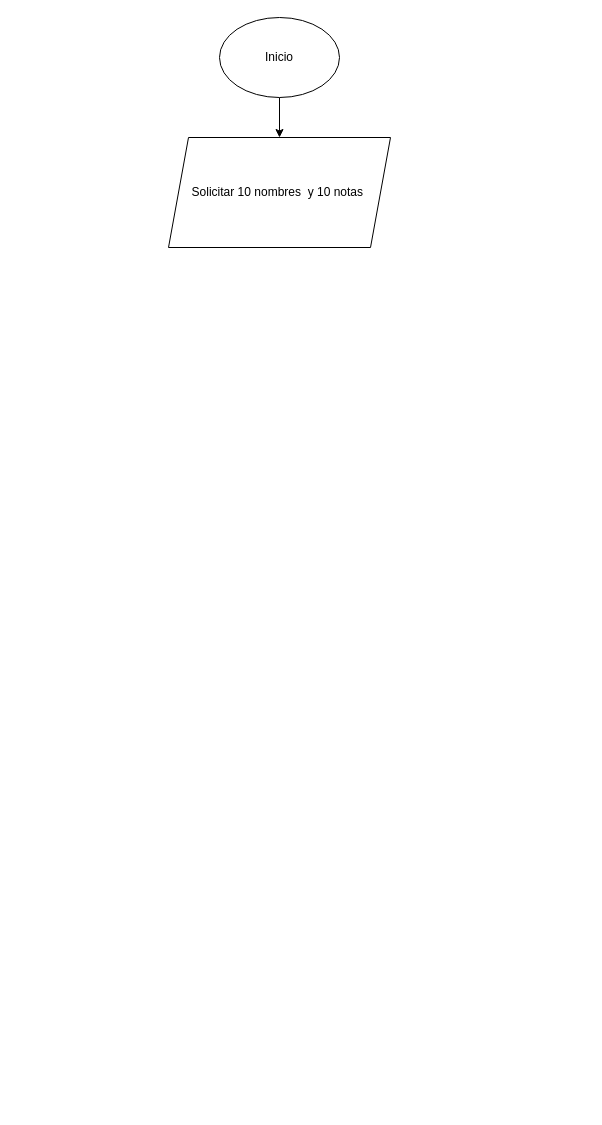
The draw.io diagram SEMANA17/semana17.drawio in ACHUNP1/PC-08, before the edit. Source tidied: cells renumbered, new cells numbered last; positions are measured from the earlier drawing's top-left corner, leaving out a move shared by most shapes. Both pictures are drawn from the tidied source at 100%, with x=0, y=0 at pixel (168, 17).
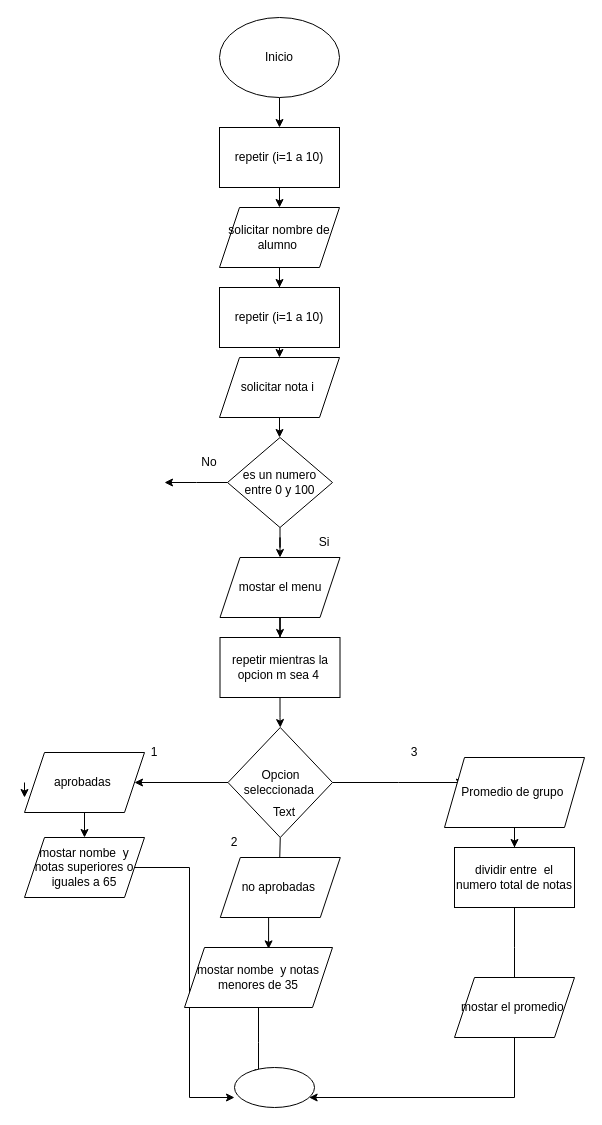
The same diagram, later.

Unchanged cells that the change refers to:
```xml
<mxCell id="3" value="Inicio" style="ellipse;whiteSpace=wrap;html=1;" parent="1" vertex="1">
  <mxGeometry x="51" width="120" height="80" as="geometry" />
</mxCell>
```

Change to the diagram source:
```diff
@@
-    <mxCell id="2" style="edgeStyle=orthogonalEdgeStyle;rounded=0;jettySize=auto;html=1;exitX=0.5;exitY=1;exitDx=0;exitDy=0;" parent="1" edge="1" source="3" target="4">
-      <mxGeometry relative="1" as="geometry" />
-    </mxCell>
+    <mxCell id="5" style="edgeStyle=orthogonalEdgeStyle;rounded=0;jettySize=auto;html=1;" parent="1" edge="1" source="3" target="7">
+      <mxGeometry relative="1" as="geometry" />
+    </mxCell>
@@
-    <mxCell id="4" value="Solicitar 10 nombres&amp;nbsp; y 10 notas&amp;nbsp;" style="shape=parallelogram;perimeter=parallelogramPerimeter;whiteSpace=wrap;html=1;fixedSize=1;" parent="1" vertex="1">
-      <mxGeometry y="120" width="222" height="110" as="geometry" />
-    </mxCell>
+    <mxCell id="6" style="edgeStyle=orthogonalEdgeStyle;rounded=0;jettySize=auto;html=1;exitX=0.5;exitY=1;exitDx=0;exitDy=0;entryX=0.5;entryY=0;entryDx=0;entryDy=0;" parent="1" edge="1" source="7" target="9">
+      <mxGeometry relative="1" as="geometry" />
+    </mxCell>
+    <mxCell id="7" value="repetir (i=1 a 10)" style="whiteSpace=wrap;html=1;" parent="1" vertex="1">
+      <mxGeometry x="51" y="110" width="120" height="60" as="geometry" />
+    </mxCell>
+    <mxCell id="8" style="edgeStyle=orthogonalEdgeStyle;rounded=0;jettySize=auto;html=1;" parent="1" edge="1" source="9" target="11">
+      <mxGeometry relative="1" as="geometry" />
+    </mxCell>
+    <mxCell id="9" value="solicitar nombre de alumno&amp;nbsp;" style="shape=parallelogram;perimeter=parallelogramPerimeter;whiteSpace=wrap;html=1;fixedSize=1;" parent="1" vertex="1">
+      <mxGeometry x="51" y="190" width="120" height="60" as="geometry" />
+    </mxCell>
+    <mxCell id="10" style="edgeStyle=orthogonalEdgeStyle;rounded=0;jettySize=auto;html=1;exitX=0.5;exitY=1;exitDx=0;exitDy=0;entryX=0.5;entryY=0;entryDx=0;entryDy=0;" parent="1" edge="1" source="11" target="13">
+      <mxGeometry relative="1" as="geometry" />
+    </mxCell>
+    <mxCell id="11" value="repetir (i=1 a 10)" style="whiteSpace=wrap;html=1;" parent="1" vertex="1">
+      <mxGeometry x="51" y="270" width="120" height="60" as="geometry" />
+    </mxCell>
+    <mxCell id="12" style="edgeStyle=orthogonalEdgeStyle;rounded=0;jettySize=auto;html=1;" parent="1" edge="1" source="13" target="16">
+      <mxGeometry relative="1" as="geometry" />
+    </mxCell>
+    <mxCell id="13" value="solicitar nota i&amp;nbsp;" style="shape=parallelogram;perimeter=parallelogramPerimeter;whiteSpace=wrap;html=1;fixedSize=1;" parent="1" vertex="1">
+      <mxGeometry x="51" y="340" width="120" height="60" as="geometry" />
+    </mxCell>
+    <mxCell id="14" style="edgeStyle=orthogonalEdgeStyle;rounded=0;jettySize=auto;html=1;exitX=0;exitY=0.5;exitDx=0;exitDy=0;" parent="1" edge="1" source="16">
+      <mxGeometry relative="1" as="geometry">
+        <mxPoint x="-4" y="465" as="targetPoint" />
+      </mxGeometry>
+    </mxCell>
+    <mxCell id="15" style="edgeStyle=orthogonalEdgeStyle;rounded=0;jettySize=auto;html=1;exitX=0.5;exitY=1;exitDx=0;exitDy=0;" parent="1" edge="1" source="16" target="20">
+      <mxGeometry relative="1" as="geometry" />
+    </mxCell>
+    <mxCell id="16" value="es un numero entre 0 y 100" style="rhombus;whiteSpace=wrap;html=1;" parent="1" vertex="1">
+      <mxGeometry x="59" y="420" width="105" height="90" as="geometry" />
+    </mxCell>
+    <mxCell id="17" value="Si" style="text;html=1;align=center;verticalAlign=middle;whiteSpace=wrap;rounded=0;" parent="1" vertex="1">
+      <mxGeometry x="126" y="510" width="60" height="30" as="geometry" />
+    </mxCell>
+    <mxCell id="18" value="&lt;blockquote style=&quot;margin: 0 0 0 40px; border: none; padding: 0px;&quot;&gt;No&lt;/blockquote&gt;" style="text;html=1;align=center;verticalAlign=middle;whiteSpace=wrap;rounded=0;" parent="1" vertex="1">
+      <mxGeometry x="-9" y="430" width="60" height="30" as="geometry" />
+    </mxCell>
+    <mxCell id="19" style="edgeStyle=orthogonalEdgeStyle;rounded=0;jettySize=auto;html=1;" parent="1" edge="1" source="20" target="22">
+      <mxGeometry relative="1" as="geometry" />
+    </mxCell>
+    <mxCell id="20" value="mostar el menu" style="shape=parallelogram;perimeter=parallelogramPerimeter;whiteSpace=wrap;html=1;fixedSize=1;" parent="1" vertex="1">
+      <mxGeometry x="51.5" y="540" width="120" height="60" as="geometry" />
+    </mxCell>
+    <mxCell id="21" style="edgeStyle=orthogonalEdgeStyle;rounded=0;jettySize=auto;html=1;" parent="1" edge="1" source="22" target="26">
+      <mxGeometry relative="1" as="geometry" />
+    </mxCell>
+    <mxCell id="22" value="repetir mientras la opcion m sea 4&amp;nbsp;" style="whiteSpace=wrap;html=1;" parent="1" vertex="1">
+      <mxGeometry x="51.5" y="620" width="120" height="60" as="geometry" />
+    </mxCell>
+    <mxCell id="23" style="edgeStyle=orthogonalEdgeStyle;rounded=0;jettySize=auto;html=1;entryX=1;entryY=0.5;entryDx=0;entryDy=0;" parent="1" edge="1" source="26" target="35">
+      <mxGeometry relative="1" as="geometry" />
+    </mxCell>
+    <mxCell id="24" style="edgeStyle=orthogonalEdgeStyle;rounded=0;jettySize=auto;html=1;exitX=1;exitY=0.5;exitDx=0;exitDy=0;" parent="1" edge="1" source="26">
+      <mxGeometry relative="1" as="geometry">
+        <mxPoint x="296" y="765" as="targetPoint" />
+      </mxGeometry>
+    </mxCell>
+    <mxCell id="25" style="edgeStyle=orthogonalEdgeStyle;rounded=0;jettySize=auto;html=1;exitX=0.5;exitY=1;exitDx=0;exitDy=0;" parent="1" edge="1" source="26">
+      <mxGeometry relative="1" as="geometry">
+        <mxPoint x="111" y="850" as="targetPoint" />
+      </mxGeometry>
+    </mxCell>
+    <mxCell id="26" value="Opcion seleccionada&amp;nbsp;" style="rhombus;whiteSpace=wrap;html=1;" parent="1" vertex="1">
+      <mxGeometry x="59.5" y="710" width="104.5" height="110" as="geometry" />
+    </mxCell>
+    <mxCell id="27" value="Text" style="text;html=1;align=center;verticalAlign=middle;whiteSpace=wrap;rounded=0;" parent="1" vertex="1">
+      <mxGeometry x="86" y="780" width="60" height="30" as="geometry" />
+    </mxCell>
+    <mxCell id="28" value="1" style="text;html=1;align=center;verticalAlign=middle;whiteSpace=wrap;rounded=0;" parent="1" vertex="1">
+      <mxGeometry x="-44" y="720" width="60" height="30" as="geometry" />
+    </mxCell>
+    <mxCell id="29" value="2" style="text;html=1;align=center;verticalAlign=middle;whiteSpace=wrap;rounded=0;" parent="1" vertex="1">
+      <mxGeometry x="36" y="810" width="60" height="30" as="geometry" />
+    </mxCell>
+    <mxCell id="30" value="3" style="text;html=1;align=center;verticalAlign=middle;whiteSpace=wrap;rounded=0;" parent="1" vertex="1">
+      <mxGeometry x="216" y="720" width="60" height="30" as="geometry" />
+    </mxCell>
+    <mxCell id="31" style="edgeStyle=orthogonalEdgeStyle;rounded=0;orthogonalLoop=1;jettySize=auto;html=1;exitX=0;exitY=0.5;exitDx=0;exitDy=0;" parent="1" edge="1">
+      <mxGeometry relative="1" as="geometry">
+        <mxPoint x="-144" y="765" as="sourcePoint" />
+        <mxPoint x="-144" y="780" as="targetPoint" />
+      </mxGeometry>
+    </mxCell>
+    <mxCell id="32" style="edgeStyle=orthogonalEdgeStyle;rounded=0;jettySize=auto;html=1;" parent="1" edge="1" source="33" target="40">
+      <mxGeometry relative="1" as="geometry" />
+    </mxCell>
+    <mxCell id="33" value="Promedio de grupo&amp;nbsp;" style="shape=parallelogram;perimeter=parallelogramPerimeter;whiteSpace=wrap;html=1;fixedSize=1;" parent="1" vertex="1">
+      <mxGeometry x="276" y="740" width="140" height="70" as="geometry" />
+    </mxCell>
+    <mxCell id="34" style="edgeStyle=orthogonalEdgeStyle;rounded=0;jettySize=auto;html=1;" parent="1" edge="1" source="35" target="37">
+      <mxGeometry relative="1" as="geometry" />
+    </mxCell>
+    <mxCell id="35" value="aprobadas&amp;nbsp;" style="shape=parallelogram;perimeter=parallelogramPerimeter;whiteSpace=wrap;html=1;fixedSize=1;" parent="1" vertex="1">
+      <mxGeometry x="-144" y="735" width="120" height="60" as="geometry" />
+    </mxCell>
+    <mxCell id="36" style="edgeStyle=orthogonalEdgeStyle;rounded=0;jettySize=auto;html=1;entryX=0;entryY=0.75;entryDx=0;entryDy=0;entryPerimeter=0;" parent="1" edge="1" source="37" target="46">
+      <mxGeometry relative="1" as="geometry" />
+    </mxCell>
+    <mxCell id="37" value="mostar nombe&amp;nbsp; y notas superiores o iguales a 65" style="shape=parallelogram;perimeter=parallelogramPerimeter;whiteSpace=wrap;html=1;fixedSize=1;" parent="1" vertex="1">
+      <mxGeometry x="-144" y="820" width="120" height="60" as="geometry" />
+    </mxCell>
+    <mxCell id="38" value="no aprobadas&amp;nbsp;" style="shape=parallelogram;perimeter=parallelogramPerimeter;whiteSpace=wrap;html=1;fixedSize=1;" parent="1" vertex="1">
+      <mxGeometry x="51.8" y="840" width="120" height="60" as="geometry" />
+    </mxCell>
+    <mxCell id="39" style="edgeStyle=orthogonalEdgeStyle;rounded=0;jettySize=auto;html=1;" parent="1" edge="1" source="40">
+      <mxGeometry relative="1" as="geometry">
+        <mxPoint x="346" y="970" as="targetPoint" />
+      </mxGeometry>
+    </mxCell>
+    <mxCell id="40" value="dividir entre&amp;nbsp; el numero total de notas" style="whiteSpace=wrap;html=1;" parent="1" vertex="1">
+      <mxGeometry x="286" y="830" width="120" height="60" as="geometry" />
+    </mxCell>
+    <mxCell id="41" style="edgeStyle=orthogonalEdgeStyle;rounded=0;jettySize=auto;html=1;exitX=0.5;exitY=1;exitDx=0;exitDy=0;" parent="1" edge="1" source="42" target="46">
+      <mxGeometry relative="1" as="geometry">
+        <Array as="points">
+          <mxPoint x="346" y="1080" />
+        </Array>
+      </mxGeometry>
+    </mxCell>
+    <mxCell id="42" value="mostar el promedio&amp;nbsp;" style="shape=parallelogram;perimeter=parallelogramPerimeter;whiteSpace=wrap;html=1;fixedSize=1;" parent="1" vertex="1">
+      <mxGeometry x="286" y="960" width="120" height="60" as="geometry" />
+    </mxCell>
+    <mxCell id="43" style="edgeStyle=orthogonalEdgeStyle;rounded=0;jettySize=auto;html=1;exitX=0.5;exitY=1;exitDx=0;exitDy=0;" parent="1" edge="1" source="44">
+      <mxGeometry relative="1" as="geometry">
+        <mxPoint x="90" y="1060" as="targetPoint" />
+      </mxGeometry>
+    </mxCell>
+    <mxCell id="44" value="mostar nombe&amp;nbsp; y notas menores de 35" style="shape=parallelogram;perimeter=parallelogramPerimeter;whiteSpace=wrap;html=1;fixedSize=1;" parent="1" vertex="1">
+      <mxGeometry x="16" y="930" width="148" height="60" as="geometry" />
+    </mxCell>
+    <mxCell id="45" style="edgeStyle=orthogonalEdgeStyle;rounded=0;jettySize=auto;html=1;exitX=0.5;exitY=1;exitDx=0;exitDy=0;entryX=0.568;entryY=0.023;entryDx=0;entryDy=0;entryPerimeter=0;" parent="1" edge="1" source="38" target="44">
+      <mxGeometry relative="1" as="geometry" />
+    </mxCell>
+    <mxCell id="46" style="ellipse;whiteSpace=wrap;html=1;" parent="1" vertex="1">
+      <mxGeometry x="66" y="1050" width="80" height="40" as="geometry" />
+    </mxCell>
```
